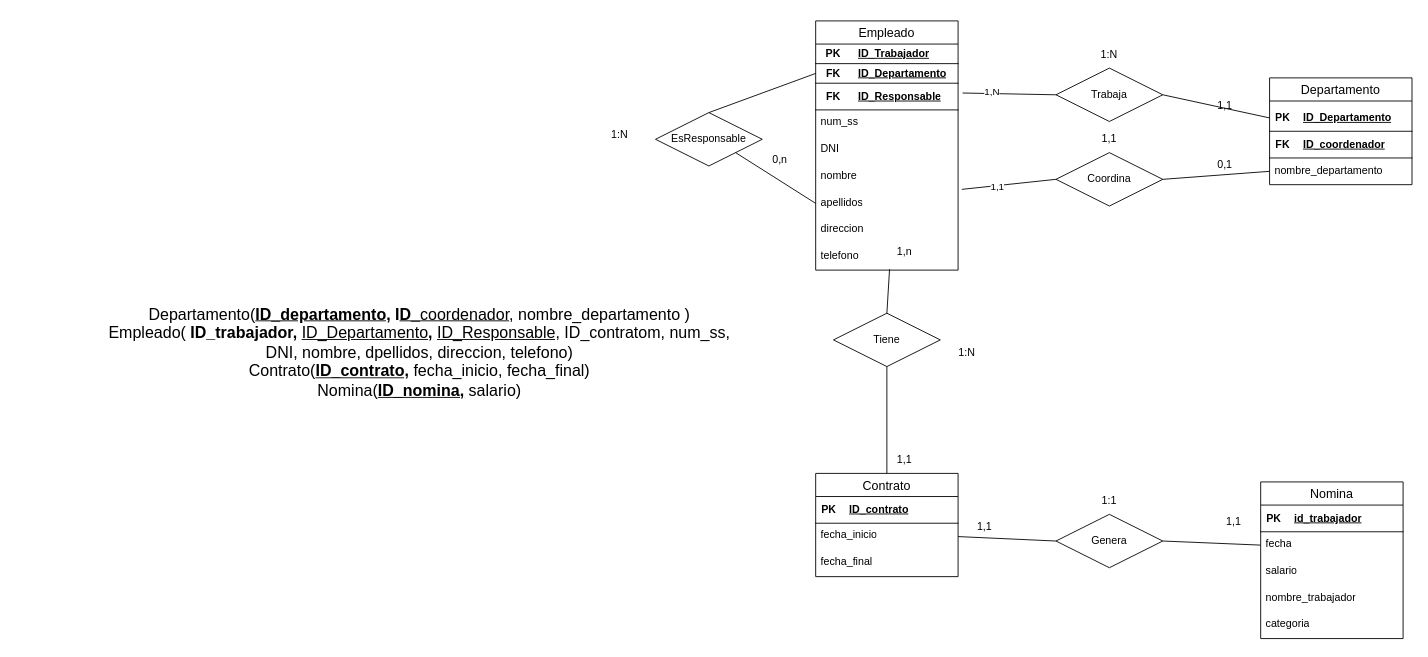
Daninuro/diagrames-cvf-dn-mpl-n-11102023 keeps this draw.io diagram as Ejercicio07.drawio. Above is the earlier version. Source tidied: cells renumbered, new cells numbered last; positions are measured from the earlier drawing's top-left corner, leaving out a move shared by most shapes. Both pictures are drawn from the tidied source at 89%, with x=0, y=0 at pixel (112, 20).
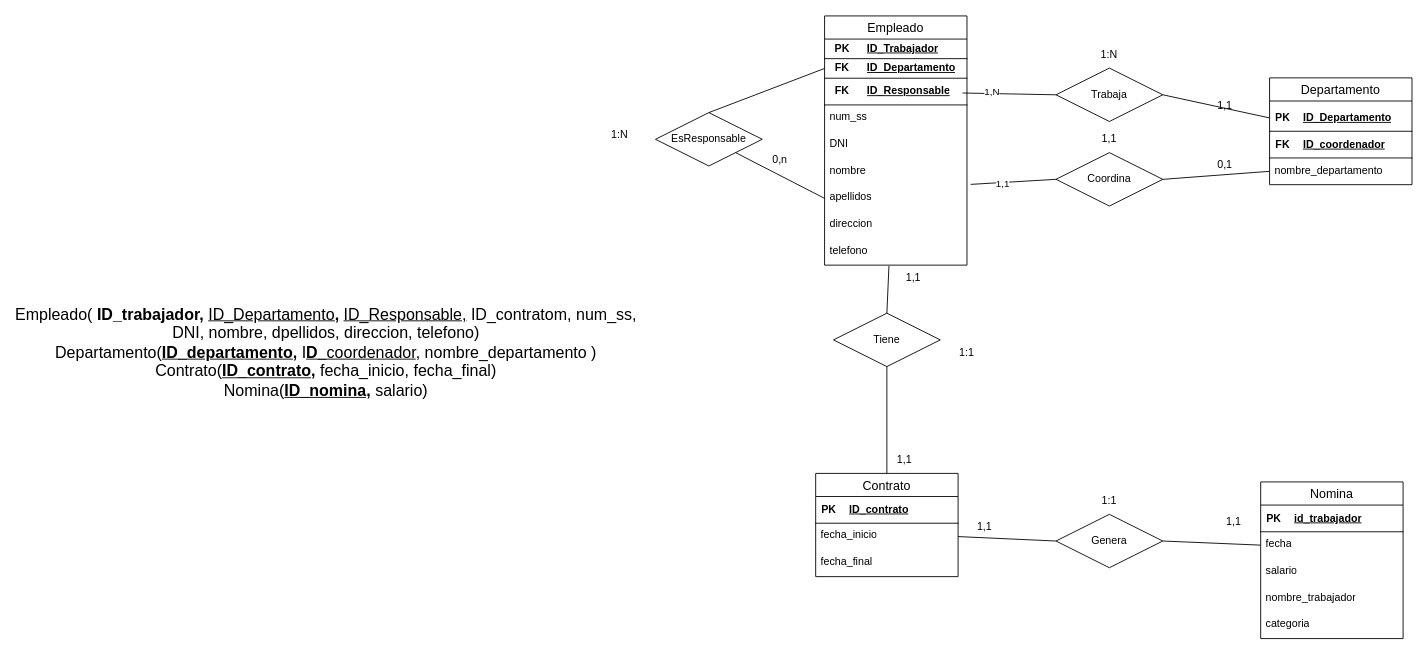
The same diagram, later.

Unchanged cells that the change refers to:
```xml
<mxCell id="18" value="telefono" style="text;strokeColor=none;fillColor=none;spacingLeft=4;spacingRight=4;overflow=hidden;points=[[0,0.5],[1,0.5]];portConstraint=eastwest;fontSize=12;whiteSpace=wrap;html=1;" parent="2" vertex="1">
  <mxGeometry y="250" width="160" height="30" as="geometry" />
</mxCell>
<mxCell id="44" value="Tiene" style="shape=rhombus;perimeter=rhombusPerimeter;whiteSpace=wrap;html=1;align=center;" parent="1" vertex="1">
  <mxGeometry x="810" y="328.4" width="120" height="60" as="geometry" />
</mxCell>
```

Diff of the diagram source:
```diff
@@
     <mxCell id="2" value="Empleado" style="swimlane;fontStyle=0;horizontal=1;startSize=26;align=center;fontSize=14;" parent="1" vertex="1">
-      <mxGeometry x="790" width="160" height="280" as="geometry" />
+      <mxGeometry x="800" y="-5.6" width="160" height="280" as="geometry" />
     </mxCell>
@@
-    <mxCell id="50" style="endArrow=none;html=1;rounded=0;entryX=0.5;entryY=0;entryDx=0;entryDy=0;" parent="1" edge="1" target="44">
-      <mxGeometry relative="1" as="geometry">
-        <mxPoint x="873" y="279" as="sourcePoint" />
-      </mxGeometry>
+    <mxCell id="50" style="endArrow=none;html=1;rounded=0;entryX=0.5;entryY=0;entryDx=0;entryDy=0;exitX=0.452;exitY=1.033;exitDx=0;exitDy=0;exitPerimeter=0;" parent="1" edge="1" source="18" target="44">
+      <mxGeometry relative="1" as="geometry" />
     </mxCell>
@@
-    <mxCell id="54" value="1,n" style="text;html=1;strokeColor=none;fillColor=none;align=center;verticalAlign=middle;whiteSpace=wrap;rounded=0;" parent="1" vertex="1">
-      <mxGeometry x="860" y="244.4" width="60" height="30" as="geometry" />
+    <mxCell id="54" value="1,1" style="text;html=1;strokeColor=none;fillColor=none;align=center;verticalAlign=middle;whiteSpace=wrap;rounded=0;" parent="1" vertex="1">
+      <mxGeometry x="870" y="274.4" width="60" height="30" as="geometry" />
     </mxCell>
@@
-    <mxCell id="61" value="1:N" style="text;html=1;strokeColor=none;fillColor=none;align=center;verticalAlign=middle;whiteSpace=wrap;rounded=0;" parent="1" vertex="1">
+    <mxCell id="61" value="1:1" style="text;html=1;strokeColor=none;fillColor=none;align=center;verticalAlign=middle;whiteSpace=wrap;rounded=0;" parent="1" vertex="1">
       <mxGeometry x="930" y="358.4" width="60" height="30" as="geometry" />
     </mxCell>
@@
-    <mxCell id="66" value="&lt;font style=&quot;font-size: 18px;&quot;&gt;Departamento(&lt;u style=&quot;font-weight: bold;&quot;&gt;ID_departamento,&lt;/u&gt;&lt;span style=&quot;font-weight: bold;&quot;&gt;&amp;nbsp;I&lt;/span&gt;&lt;u style=&quot;&quot;&gt;&lt;span style=&quot;font-weight: bold;&quot;&gt;D_&lt;/span&gt;coordenador&lt;/u&gt;, nombre_departamento )&lt;br&gt;Empleado(&lt;b style=&quot;&quot;&gt;&amp;nbsp;ID_trabajador,&amp;nbsp;&lt;/b&gt;&lt;u style=&quot;&quot;&gt;ID_Departamento&lt;b&gt;,&lt;/b&gt;&lt;/u&gt;&lt;b style=&quot;&quot;&gt;&amp;nbsp;&lt;/b&gt;&lt;u style=&quot;&quot;&gt;ID_Responsable,&lt;/u&gt;&amp;nbsp;ID_contratom,&amp;nbsp;num_ss, DNI, nombre, dpellidos, direccion, telefono)&lt;br&gt;Contrato(&lt;u style=&quot;font-weight: bold;&quot;&gt;ID_contrato,&lt;/u&gt;&lt;span style=&quot;font-weight: bold;&quot;&gt;&amp;nbsp;&lt;/span&gt;fecha_inicio, fecha_final)&lt;br&gt;Nomina(&lt;b style=&quot;&quot;&gt;&lt;u&gt;ID_nomina,&lt;/u&gt;&amp;nbsp;&lt;/b&gt;salario)&lt;br&gt;&lt;/font&gt;" style="text;html=1;strokeColor=none;fillColor=none;align=center;verticalAlign=middle;whiteSpace=wrap;rounded=0;" parent="1" vertex="1">
-      <mxGeometry y="198" width="690" height="350" as="geometry" />
+    <mxCell id="66" value="&lt;font style=&quot;font-size: 18px;&quot;&gt;Empleado(&lt;b style=&quot;&quot;&gt;&amp;nbsp;ID_trabajador,&amp;nbsp;&lt;/b&gt;&lt;u style=&quot;&quot;&gt;ID_Departamento&lt;b&gt;,&lt;/b&gt;&lt;/u&gt;&lt;b style=&quot;&quot;&gt;&amp;nbsp;&lt;/b&gt;&lt;u style=&quot;&quot;&gt;ID_Responsable,&lt;/u&gt;&amp;nbsp;ID_contratom,&amp;nbsp;num_ss, DNI, nombre, dpellidos, direccion, telefono)&lt;br&gt;Departamento(&lt;u style=&quot;border-color: var(--border-color); font-weight: bold;&quot;&gt;ID_departamento,&lt;/u&gt;&amp;nbsp;I&lt;u style=&quot;border-color: var(--border-color);&quot;&gt;&lt;span style=&quot;border-color: var(--border-color); font-weight: bold;&quot;&gt;D_&lt;/span&gt;coordenador&lt;/u&gt;, nombre_departamento )&lt;br style=&quot;border-color: var(--border-color);&quot;&gt;Contrato(&lt;u style=&quot;font-weight: bold;&quot;&gt;ID_contrato,&lt;/u&gt;&lt;span style=&quot;font-weight: bold;&quot;&gt;&amp;nbsp;&lt;/span&gt;fecha_inicio, fecha_final)&lt;br&gt;Nomina(&lt;b style=&quot;&quot;&gt;&lt;u&gt;ID_nomina,&lt;/u&gt;&amp;nbsp;&lt;/b&gt;salario)&lt;br&gt;&lt;/font&gt;" style="text;html=1;strokeColor=none;fillColor=none;align=center;verticalAlign=middle;whiteSpace=wrap;rounded=0;" parent="1" vertex="1">
+      <mxGeometry x="-90" y="143" width="660" height="460" as="geometry" />
     </mxCell>
```
